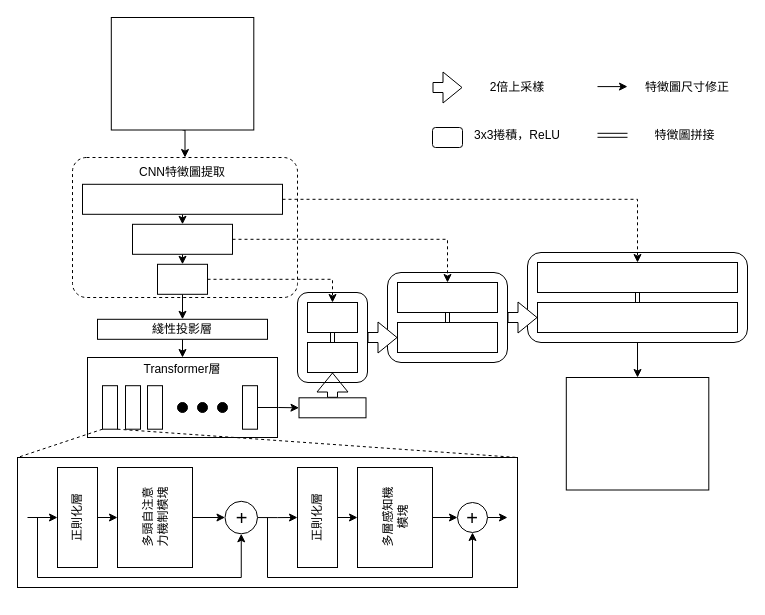
Earlier version of the draw.io diagram page "第 2 页" (2 of 2) of 未命名绘图.drawio (GPL1024/BigNews). Source tidied: cells renumbered, new cells numbered last; positions are measured from the earlier drawing's top-left corner, leaving out a move shared by most shapes. Both pictures are drawn from the tidied source at 100%, with x=0, y=0 at pixel (17, 17).
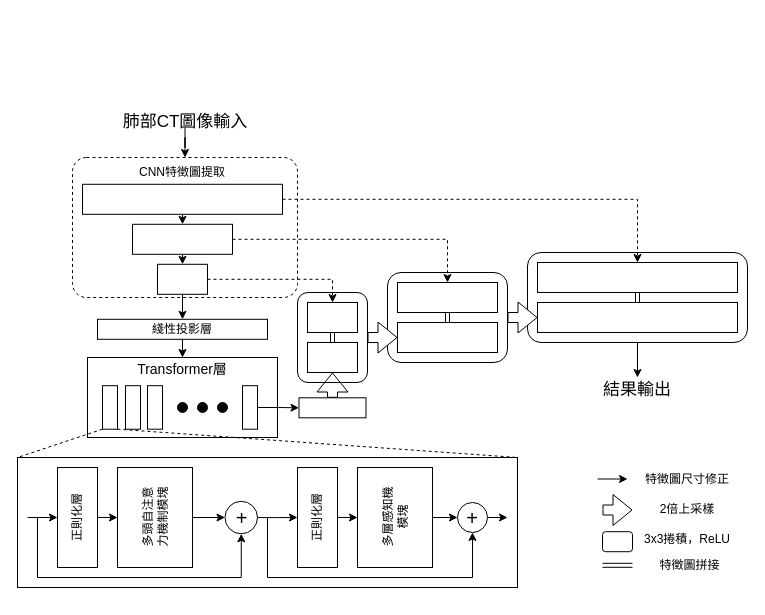
Above is the later version.

The change refers to these unchanged cells:
```xml
<mxCell id="2" style="rounded=1;whiteSpace=wrap;html=1;dashed=1;arcSize=10;" parent="1" vertex="1">
  <mxGeometry x="55" y="140" width="225" height="140" as="geometry" />
</mxCell>
<mxCell id="35" style="rounded=1;whiteSpace=wrap;html=1;fillColor=none;" parent="1" vertex="1">
  <mxGeometry x="510" y="235" width="220" height="90" as="geometry" />
</mxCell>
```

Change to the diagram source:
```diff
@@
-    <mxCell id="34" style="edgeStyle=orthogonalEdgeStyle;rounded=0;jettySize=auto;html=1;exitX=0.5;exitY=1;exitDx=0;exitDy=0;entryX=0.5;entryY=0;entryDx=0;entryDy=0;" parent="1" edge="1" source="35" target="42">
-      <mxGeometry relative="1" as="geometry" />
+    <mxCell id="34" style="edgeStyle=orthogonalEdgeStyle;rounded=0;jettySize=auto;html=1;exitX=0.5;exitY=1;exitDx=0;exitDy=0;entryX=0.5;entryY=0;entryDx=0;entryDy=0;" parent="1" edge="1" source="35">
+      <mxGeometry relative="1" as="geometry">
+        <mxPoint x="620" y="360" as="targetPoint" />
+      </mxGeometry>
     </mxCell>
@@
-    <mxCell id="42" style="rounded=0;whiteSpace=wrap;html=1;" parent="1" vertex="1">
-      <mxGeometry x="548.8" y="360" width="142.5" height="112.5" as="geometry" />
-    </mxCell>
@@
-    <mxCell id="63" style="edgeStyle=orthogonalEdgeStyle;rounded=0;jettySize=auto;html=1;exitX=0.5;exitY=1;exitDx=0;exitDy=0;entryX=0.5;entryY=0;entryDx=0;entryDy=0;" parent="1" edge="1" source="64" target="2">
-      <mxGeometry relative="1" as="geometry" />
-    </mxCell>
-    <mxCell id="64" style="rounded=0;whiteSpace=wrap;html=1;" parent="1" vertex="1">
-      <mxGeometry x="93.8" width="142.5" height="112.5" as="geometry" />
-    </mxCell>
-    <mxCell id="65" value="Transformer層" style="rounded=0;whiteSpace=wrap;html=1;fillColor=none;strokeColor=none;" parent="1" vertex="1">
+    <mxCell id="65" value="Transformer層" style="rounded=0;whiteSpace=wrap;html=1;fillColor=none;strokeColor=none;fontSize=14;" parent="1" vertex="1">
       <mxGeometry x="105" y="346.8" width="120" height="10" as="geometry" />
     </mxCell>
@@
     <mxCell id="67" style="edgeStyle=orthogonalEdgeStyle;rounded=0;orthogonalLoop=1;jettySize=auto;html=1;shape=link;" parent="1" edge="1">
       <mxGeometry relative="1" as="geometry">
-        <mxPoint x="610" y="117.8" as="sourcePoint" />
-        <mxPoint x="580" y="117.8" as="targetPoint" />
+        <mxPoint x="615" y="547.8" as="sourcePoint" />
+        <mxPoint x="585" y="547.8" as="targetPoint" />
       </mxGeometry>
     </mxCell>
     <mxCell id="68" value="特徵圖拼接" style="rounded=0;whiteSpace=wrap;html=1;fillColor=none;strokeColor=none;" parent="1" vertex="1">
-      <mxGeometry x="625" y="105.8" width="85" height="24.2" as="geometry" />
+      <mxGeometry x="630" y="535.8" width="85" height="24.2" as="geometry" />
     </mxCell>
     <mxCell id="69" style="edgeStyle=orthogonalEdgeStyle;rounded=0;orthogonalLoop=1;jettySize=auto;html=1;exitX=1;exitY=0.5;exitDx=0;exitDy=0;entryX=0.5;entryY=1;entryDx=0;entryDy=0;shape=flexArrow;" parent="1" edge="1">
       <mxGeometry relative="1" as="geometry">
-        <mxPoint x="415" y="70" as="sourcePoint" />
-        <mxPoint x="445" y="70" as="targetPoint" />
+        <mxPoint x="585" y="492.5" as="sourcePoint" />
+        <mxPoint x="615" y="492.5" as="targetPoint" />
       </mxGeometry>
     </mxCell>
     <mxCell id="70" value="2倍上采樣" style="rounded=0;whiteSpace=wrap;html=1;fillColor=none;strokeColor=none;" parent="1" vertex="1">
-      <mxGeometry x="445" y="57.5" width="110" height="24.2" as="geometry" />
+      <mxGeometry x="615" y="480" width="110" height="24.2" as="geometry" />
     </mxCell>
     <mxCell id="71" style="rounded=1;whiteSpace=wrap;html=1;fillColor=none;" parent="1" vertex="1">
-      <mxGeometry x="415" y="110" width="30" height="20" as="geometry" />
+      <mxGeometry x="585" y="514.2" width="30" height="20" as="geometry" />
     </mxCell>
     <mxCell id="72" value="3x3捲積，ReLU" style="rounded=0;whiteSpace=wrap;html=1;fillColor=none;strokeColor=none;" parent="1" vertex="1">
-      <mxGeometry x="445" y="105.8" width="110" height="24.2" as="geometry" />
+      <mxGeometry x="615" y="510" width="110" height="24.2" as="geometry" />
     </mxCell>
@@
     <mxCell id="74" style="edgeStyle=orthogonalEdgeStyle;rounded=0;orthogonalLoop=1;jettySize=auto;html=1;" parent="1" edge="1">
       <mxGeometry relative="1" as="geometry">
-        <mxPoint x="580" y="69.1" as="sourcePoint" />
-        <mxPoint x="610" y="69.1" as="targetPoint" />
+        <mxPoint x="580" y="461.5" as="sourcePoint" />
+        <mxPoint x="610" y="461.5" as="targetPoint" />
       </mxGeometry>
     </mxCell>
     <mxCell id="75" value="特徵圖尺寸修正" style="rounded=0;whiteSpace=wrap;html=1;fillColor=none;strokeColor=none;" parent="1" vertex="1">
-      <mxGeometry x="625" y="57.5" width="90" height="24.2" as="geometry" />
+      <mxGeometry x="625" y="450" width="90" height="24.2" as="geometry" />
     </mxCell>
+    <mxCell id="76" value="結果輸出" style="rounded=0;whiteSpace=wrap;html=1;fillColor=none;strokeColor=none;fontSize=17;" parent="1" vertex="1">
+      <mxGeometry x="560" y="368.2" width="120" height="10" as="geometry" />
+    </mxCell>
+    <mxCell id="77" style="edgeStyle=orthogonalEdgeStyle;rounded=0;jettySize=auto;html=1;entryX=0.5;entryY=0;entryDx=0;entryDy=0;" parent="1" edge="1" source="78" target="2">
+      <mxGeometry relative="1" as="geometry" />
+    </mxCell>
+    <mxCell id="78" value="肺部CT圖像輸入" style="rounded=0;whiteSpace=wrap;html=1;fillColor=none;strokeColor=none;fontSize=17;" parent="1" vertex="1">
+      <mxGeometry x="101.5" y="100" width="132" height="10" as="geometry" />
+    </mxCell>
```
